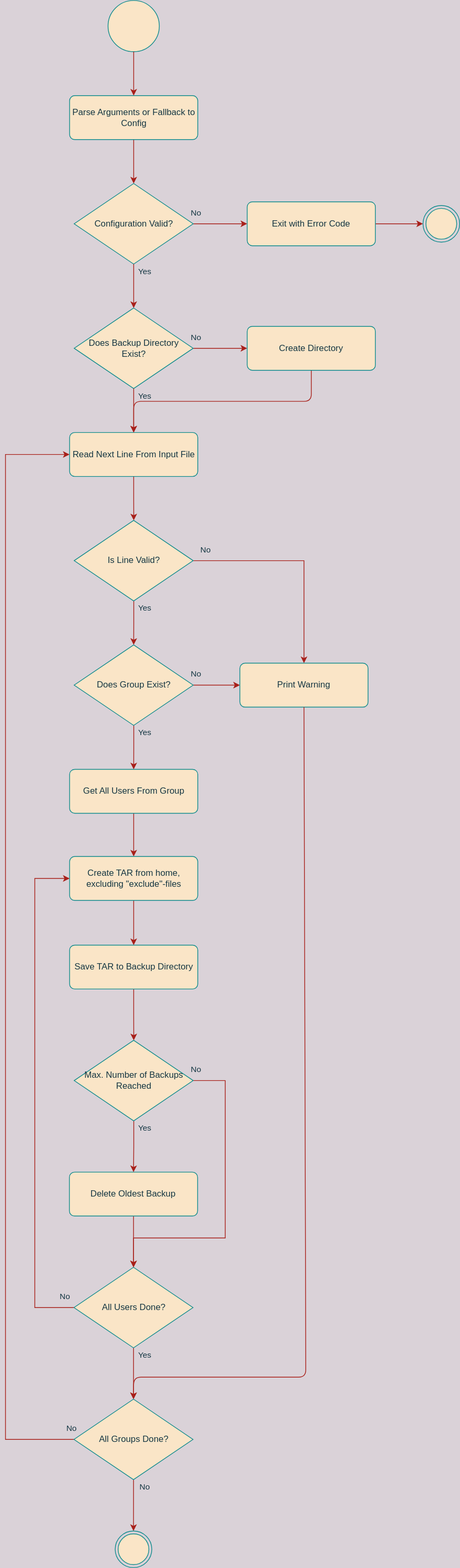
This is praxisarbeit/docs/activity_backup.drawio.svg from TBZedu/bash-the-flash, a draw.io export, as it was before one commit. Source tidied: cells renumbered, new cells last; positions are measured from the earlier drawing's top-left corner, leaving out a move shared by most shapes.
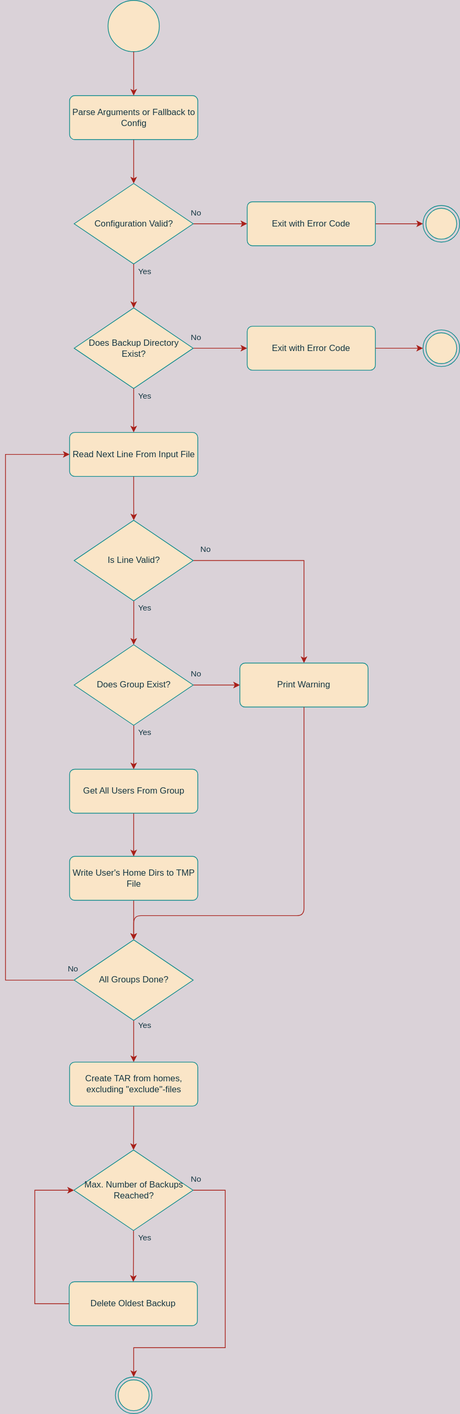
After the commit.

Commit message:
doc: fixed activity diagram

The edit, as a diff of the source:
```diff
@@ -41,7 +41,7 @@
     <mxCell id="14" value="Print Warning" style="rounded=1;whiteSpace=wrap;html=1;absoluteArcSize=1;arcSize=14;strokeWidth=1;fillColor=#FAE5C7;strokeColor=#0F8B8D;fontColor=#143642;" parent="1" vertex="1">
       <mxGeometry x="320" y="905" width="175" height="60" as="geometry" />
     </mxCell>
-    <mxCell id="15" value="No" style="edgeStyle=orthogonalEdgeStyle;curved=0;rounded=1;sketch=0;jettySize=auto;html=1;fontColor=#143642;strokeColor=#A8201A;fillColor=#FAE5C7;labelBackgroundColor=#DAD2D8;" parent="1" edge="1" source="16" target="44">
+    <mxCell id="15" value="No" style="edgeStyle=orthogonalEdgeStyle;curved=0;rounded=1;sketch=0;jettySize=auto;html=1;fontColor=#143642;strokeColor=#A8201A;fillColor=#FAE5C7;labelBackgroundColor=#DAD2D8;" parent="1" edge="1" source="16" target="45">
       <mxGeometry x="-0.9" y="15" relative="1" as="geometry" />
     </mxCell>
     <mxCell id="16" value="Does Backup Directory&lt;br&gt;Exist?" style="strokeWidth=1;html=1;shape=mxgraph.flowchart.decision;whiteSpace=wrap;fillColor=#FAE5C7;strokeColor=#0F8B8D;fontColor=#143642;" parent="1" vertex="1">
@@ -71,86 +71,80 @@
     <mxCell id="24" value="Get All Users From Group" style="rounded=1;whiteSpace=wrap;html=1;absoluteArcSize=1;arcSize=14;strokeWidth=1;fillColor=#FAE5C7;strokeColor=#0F8B8D;fontColor=#143642;" parent="1" vertex="1">
       <mxGeometry x="87.5" y="1050" width="175" height="60" as="geometry" />
     </mxCell>
-    <mxCell id="25" style="edgeStyle=orthogonalEdgeStyle;rounded=0;jettySize=auto;html=1;entryX=0.5;entryY=0;entryDx=0;entryDy=0;labelBackgroundColor=#DAD2D8;strokeColor=#A8201A;fontColor=#143642;" parent="1" edge="1" source="26" target="31">
-      <mxGeometry relative="1" as="geometry" />
+    <mxCell id="25" style="edgeStyle=orthogonalEdgeStyle;rounded=0;jettySize=auto;html=1;entryX=0.5;entryY=0;entryDx=0;entryDy=0;labelBackgroundColor=#DAD2D8;strokeColor=#A8201A;fontColor=#143642;entryPerimeter=0;" parent="1" edge="1" target="39">
+      <mxGeometry relative="1" as="geometry">
+        <mxPoint x="175" y="1160" as="sourcePoint" />
+      </mxGeometry>
     </mxCell>
-    <mxCell id="26" value="Create TAR from home, excluding &quot;exclude&quot;-files" style="rounded=1;whiteSpace=wrap;html=1;absoluteArcSize=1;arcSize=14;strokeWidth=1;fillColor=#FAE5C7;strokeColor=#0F8B8D;fontColor=#143642;" parent="1" vertex="1">
+    <mxCell id="26" value="Write User's Home Dirs to TMP File" style="rounded=1;whiteSpace=wrap;html=1;absoluteArcSize=1;arcSize=14;strokeWidth=1;fillColor=#FAE5C7;strokeColor=#0F8B8D;fontColor=#143642;" parent="1" vertex="1">
       <mxGeometry x="87.5" y="1169" width="175" height="60" as="geometry" />
     </mxCell>
-    <mxCell id="27" value="No" style="edgeStyle=orthogonalEdgeStyle;rounded=0;jettySize=auto;html=1;exitX=0;exitY=0.5;exitDx=0;exitDy=0;exitPerimeter=0;entryX=0;entryY=0.5;entryDx=0;entryDy=0;labelBackgroundColor=#DAD2D8;strokeColor=#A8201A;fontColor=#143642;" parent="1" edge="1" source="29" target="26">
-      <mxGeometry x="-0.96" y="-15" relative="1" as="geometry">
-        <Array as="points">
-          <mxPoint x="40" y="1785" />
-          <mxPoint x="40" y="1199" />
-        </Array>
-      </mxGeometry>
-    </mxCell>
+    <mxCell id="37" value="No" style="edgeStyle=orthogonalEdgeStyle;rounded=0;jettySize=auto;html=1;labelBackgroundColor=#DAD2D8;strokeColor=#A8201A;fontColor=#143642;exitX=0;exitY=0.5;exitDx=0;exitDy=0;exitPerimeter=0;" parent="1" edge="1" source="39" target="7">
+      <mxGeometry x="-1" y="-15" relative="1" as="geometry">
+        <Array as="points">
+          <mxPoint y="1338" />
+          <mxPoint y="620" />
+        </Array>
+      </mxGeometry>
+    </mxCell>
-    <mxCell id="28" value="Yes" style="edgeStyle=orthogonalEdgeStyle;rounded=0;jettySize=auto;html=1;entryX=0.5;entryY=0;entryDx=0;entryDy=0;entryPerimeter=0;labelBackgroundColor=#DAD2D8;strokeColor=#A8201A;fontColor=#143642;" parent="1" edge="1" source="29" target="39">
-      <mxGeometry x="-0.71" y="15" relative="1" as="geometry" />
+    <mxCell id="28" value="Yes" style="edgeStyle=elbowEdgeStyle;rounded=0;jettySize=auto;elbow=vertical;html=1;labelBackgroundColor=#DAD2D8;strokeColor=#A8201A;fontColor=#143642;" parent="1" edge="1" source="39" target="49">
+      <mxGeometry x="-0.75" y="15" relative="1" as="geometry" />
     </mxCell>
-    <mxCell id="29" value="All Users Done?" style="strokeWidth=1;html=1;shape=mxgraph.flowchart.decision;whiteSpace=wrap;fillColor=#FAE5C7;strokeColor=#0F8B8D;fontColor=#143642;" parent="1" vertex="1">
-      <mxGeometry x="93.5" y="1730" width="162.5" height="110" as="geometry" />
-    </mxCell>
-    <mxCell id="30" style="edgeStyle=orthogonalEdgeStyle;rounded=0;jettySize=auto;html=1;labelBackgroundColor=#DAD2D8;strokeColor=#A8201A;fontColor=#143642;" parent="1" edge="1" source="31" target="36">
-      <mxGeometry relative="1" as="geometry" />
-    </mxCell>
-    <mxCell id="31" value="Save TAR to Backup Directory" style="rounded=1;whiteSpace=wrap;html=1;absoluteArcSize=1;arcSize=14;strokeWidth=1;fillColor=#FAE5C7;strokeColor=#0F8B8D;fontColor=#143642;" parent="1" vertex="1">
-      <mxGeometry x="87.5" y="1290" width="175" height="60" as="geometry" />
-    </mxCell>
-    <mxCell id="32" style="edgeStyle=orthogonalEdgeStyle;rounded=0;jettySize=auto;html=1;labelBackgroundColor=#DAD2D8;strokeColor=#A8201A;fontColor=#143642;" parent="1" edge="1" source="33" target="29">
-      <mxGeometry relative="1" as="geometry" />
-    </mxCell>
-    <mxCell id="33" value="Delete Oldest Backup" style="rounded=1;whiteSpace=wrap;html=1;absoluteArcSize=1;arcSize=14;strokeWidth=1;fillColor=#FAE5C7;strokeColor=#0F8B8D;fontColor=#143642;" parent="1" vertex="1">
-      <mxGeometry x="87.2" y="1600" width="175" height="60" as="geometry" />
-    </mxCell>
-    <mxCell id="34" value="Yes" style="edgeStyle=orthogonalEdgeStyle;rounded=0;jettySize=auto;html=1;labelBackgroundColor=#DAD2D8;strokeColor=#A8201A;fontColor=#143642;" parent="1" edge="1" source="36" target="33">
-      <mxGeometry x="-0.72" y="15" relative="1" as="geometry" />
-    </mxCell>
-    <mxCell id="35" value="No" style="edgeStyle=orthogonalEdgeStyle;rounded=0;jettySize=auto;html=1;exitX=1;exitY=0.5;exitDx=0;exitDy=0;exitPerimeter=0;entryX=0.5;entryY=0;entryDx=0;entryDy=0;entryPerimeter=0;labelBackgroundColor=#DAD2D8;strokeColor=#A8201A;fontColor=#143642;" parent="1" edge="1" source="36" target="29">
-      <mxGeometry x="-0.98" y="15" relative="1" as="geometry">
-        <Array as="points">
-          <mxPoint x="300" y="1475" />
-          <mxPoint x="300" y="1690" />
-          <mxPoint x="175" y="1690" />
-        </Array>
-      </mxGeometry>
-    </mxCell>
-    <mxCell id="36" value="Max. Number of Backups Reached" style="strokeWidth=1;html=1;shape=mxgraph.flowchart.decision;whiteSpace=wrap;fillColor=#FAE5C7;strokeColor=#0F8B8D;fontColor=#143642;" parent="1" vertex="1">
-      <mxGeometry x="93.8" y="1420" width="162.5" height="110" as="geometry" />
-    </mxCell>
-    <mxCell id="37" value="No" style="edgeStyle=orthogonalEdgeStyle;rounded=0;jettySize=auto;html=1;labelBackgroundColor=#DAD2D8;strokeColor=#A8201A;fontColor=#143642;" parent="1" edge="1" source="39" target="7">
-      <mxGeometry x="-1" y="-15" relative="1" as="geometry">
-        <Array as="points">
-          <mxPoint y="1965" />
-          <mxPoint y="620" />
-        </Array>
-      </mxGeometry>
-    </mxCell>
-    <mxCell id="38" value="No" style="edgeStyle=orthogonalEdgeStyle;rounded=0;jettySize=auto;html=1;labelBackgroundColor=#DAD2D8;strokeColor=#A8201A;fontColor=#143642;" parent="1" edge="1" source="39" target="40">
-      <mxGeometry x="-0.71" y="15" relative="1" as="geometry" />
-    </mxCell>
     <mxCell id="39" value="All Groups Done?" style="strokeWidth=1;html=1;shape=mxgraph.flowchart.decision;whiteSpace=wrap;fillColor=#FAE5C7;strokeColor=#0F8B8D;fontColor=#143642;" parent="1" vertex="1">
-      <mxGeometry x="93.5" y="1910" width="162.5" height="110" as="geometry" />
+      <mxGeometry x="93.8" y="1283" width="162.5" height="110" as="geometry" />
     </mxCell>
     <mxCell id="40" style="ellipse;html=1;shape=endState;fillColor=#FAE5C7;strokeColor=#0F8B8D;fontColor=#143642;" parent="1" vertex="1">
-      <mxGeometry x="149.8" y="2090" width="50" height="50" as="geometry" />
+      <mxGeometry x="150" y="1880" width="50" height="50" as="geometry" />
     </mxCell>
-    <mxCell id="41" style="endArrow=classic;html=1;rounded=1;sketch=0;fontColor=#143642;strokeColor=#A8201A;fillColor=#FAE5C7;entryX=0.5;entryY=0;entryDx=0;entryDy=0;entryPerimeter=0;exitX=0.5;exitY=1;exitDx=0;exitDy=0;labelBackgroundColor=#DAD2D8;" parent="1" edge="1" source="14" target="39">
+    <mxCell id="41" style="endArrow=classic;html=1;rounded=1;sketch=0;fontColor=#143642;strokeColor=#A8201A;fillColor=#FAE5C7;entryX=0.5;entryY=0;entryDx=0;entryDy=0;entryPerimeter=0;exitX=0.5;exitY=1;exitDx=0;exitDy=0;labelBackgroundColor=#DAD2D8;edgeStyle=elbowEdgeStyle;elbow=vertical;" parent="1" edge="1" source="14" target="39">
       <mxGeometry relative="1" as="geometry">
         <Array as="points">
-          <mxPoint x="410" y="1880" />
-          <mxPoint x="175" y="1880" />
+          <mxPoint x="290" y="1250" />
         </Array>
       </mxGeometry>
     </mxCell>
     <mxCell id="42" style="ellipse;html=1;shape=endState;fillColor=#FAE5C7;strokeColor=#0F8B8D;fontColor=#143642;" parent="1" vertex="1">
       <mxGeometry x="570" y="280" width="50" height="50" as="geometry" />
     </mxCell>
-    <mxCell id="43" style="edgeStyle=orthogonalEdgeStyle;curved=0;rounded=1;sketch=0;jettySize=auto;html=1;exitX=0.5;exitY=1;exitDx=0;exitDy=0;entryX=0.5;entryY=0;entryDx=0;entryDy=0;fontColor=#143642;strokeColor=#A8201A;fillColor=#FAE5C7;" parent="1" edge="1" source="44" target="7">
-      <mxGeometry relative="1" as="geometry" />
-    </mxCell>
-    <mxCell id="44" value="Create Directory" style="rounded=1;whiteSpace=wrap;html=1;absoluteArcSize=1;arcSize=14;strokeWidth=1;fillColor=#FAE5C7;strokeColor=#0F8B8D;fontColor=#143642;" parent="1" vertex="1">
-      <mxGeometry x="330" y="445" width="175" height="60" as="geometry" />
-    </mxCell>
+    <mxCell id="45" value="Exit with Error Code" style="rounded=1;whiteSpace=wrap;html=1;absoluteArcSize=1;arcSize=14;strokeWidth=1;fillColor=#FAE5C7;strokeColor=#0F8B8D;fontColor=#143642;" parent="1" vertex="1">
+      <mxGeometry x="330" y="445" width="175" height="60" as="geometry" />
+    </mxCell>
+    <mxCell id="46" style="ellipse;html=1;shape=endState;fillColor=#FAE5C7;strokeColor=#0F8B8D;fontColor=#143642;" parent="1" vertex="1">
+      <mxGeometry x="570" y="450" width="50" height="50" as="geometry" />
+    </mxCell>
+    <mxCell id="47" style="edgeStyle=elbowEdgeStyle;rounded=1;sketch=0;jettySize=auto;html=1;fontColor=#143642;strokeColor=#A8201A;fillColor=#FAE5C7;labelBackgroundColor=#DAD2D8;" parent="1" edge="1" source="45" target="46">
+      <mxGeometry relative="1" as="geometry" />
+    </mxCell>
+    <mxCell id="48" style="edgeStyle=elbowEdgeStyle;rounded=0;jettySize=auto;elbow=vertical;html=1;labelBackgroundColor=#DAD2D8;strokeColor=#A8201A;fontColor=#143642;" parent="1" edge="1" source="49" target="52">
+      <mxGeometry relative="1" as="geometry" />
+    </mxCell>
+    <mxCell id="49" value="Create TAR from homes, excluding &quot;exclude&quot;-files" style="rounded=1;whiteSpace=wrap;html=1;absoluteArcSize=1;arcSize=14;strokeWidth=1;fillColor=#FAE5C7;strokeColor=#0F8B8D;fontColor=#143642;" parent="1" vertex="1">
+      <mxGeometry x="87.5" y="1450" width="175" height="60" as="geometry" />
+    </mxCell>
+    <mxCell id="50" style="edgeStyle=elbowEdgeStyle;rounded=0;jettySize=auto;html=1;labelBackgroundColor=#DAD2D8;strokeColor=#A8201A;fontColor=#143642;entryX=0;entryY=0.5;entryDx=0;entryDy=0;entryPerimeter=0;exitX=0;exitY=0.5;exitDx=0;exitDy=0;" parent="1" edge="1" source="33" target="52">
+      <mxGeometry relative="1" as="geometry">
+        <Array as="points">
+          <mxPoint x="40" y="1700" />
+        </Array>
+      </mxGeometry>
+    </mxCell>
+    <mxCell id="33" value="Delete Oldest Backup" style="rounded=1;whiteSpace=wrap;html=1;absoluteArcSize=1;arcSize=14;strokeWidth=1;fillColor=#FAE5C7;strokeColor=#0F8B8D;fontColor=#143642;" parent="1" vertex="1">
+      <mxGeometry x="87" y="1750" width="175" height="60" as="geometry" />
+    </mxCell>
+    <mxCell id="34" value="Yes" style="edgeStyle=orthogonalEdgeStyle;rounded=0;jettySize=auto;html=1;labelBackgroundColor=#DAD2D8;strokeColor=#A8201A;fontColor=#143642;" parent="1" edge="1" source="52" target="33">
+      <mxGeometry x="-0.72" y="15" relative="1" as="geometry" />
+    </mxCell>
+    <mxCell id="51" value="No" style="edgeStyle=orthogonalEdgeStyle;rounded=0;jettySize=auto;html=1;exitX=1;exitY=0.5;exitDx=0;exitDy=0;exitPerimeter=0;labelBackgroundColor=#DAD2D8;strokeColor=#A8201A;fontColor=#143642;" parent="1" edge="1" source="52" target="40">
+      <mxGeometry x="-0.98" y="15" relative="1" as="geometry">
+        <Array as="points">
+          <mxPoint x="300" y="1625" />
+          <mxPoint x="300" y="1840" />
+          <mxPoint x="175" y="1840" />
+        </Array>
+      </mxGeometry>
+    </mxCell>
+    <mxCell id="52" value="Max. Number of Backups Reached?" style="strokeWidth=1;html=1;shape=mxgraph.flowchart.decision;whiteSpace=wrap;fillColor=#FAE5C7;strokeColor=#0F8B8D;fontColor=#143642;" parent="1" vertex="1">
+      <mxGeometry x="93.5" y="1570" width="162.5" height="110" as="geometry" />
+    </mxCell>
   </root>
 </mxGraphModel>
```
